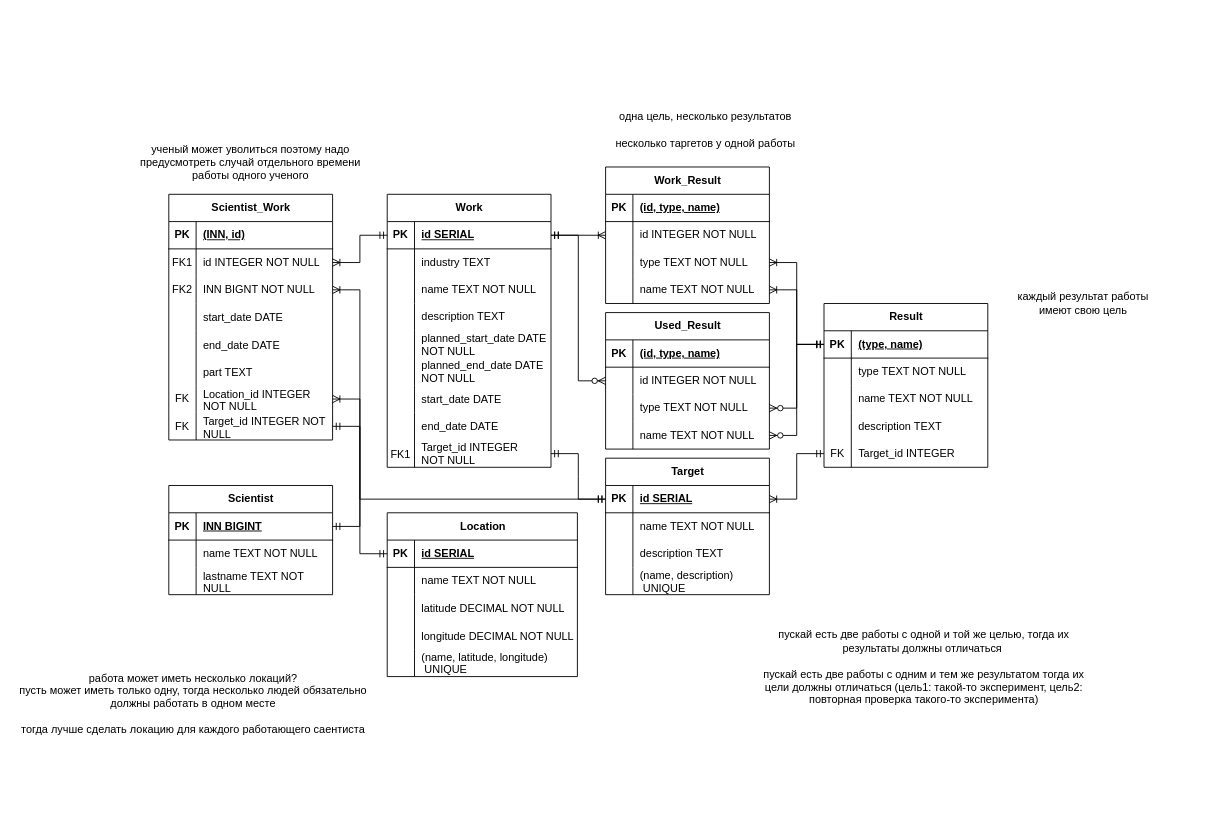
Before: DB/lab_1/diagrams/data.drawio in vanya9090/itmo, a draw.io diagram. Source tidied: cells renumbered, new cells numbered last; positions are measured from the earlier drawing's top-left corner, leaving out a move shared by most shapes. Both pictures are drawn from the tidied source at 91%, with x=0, y=0 at pixel (15, 103).
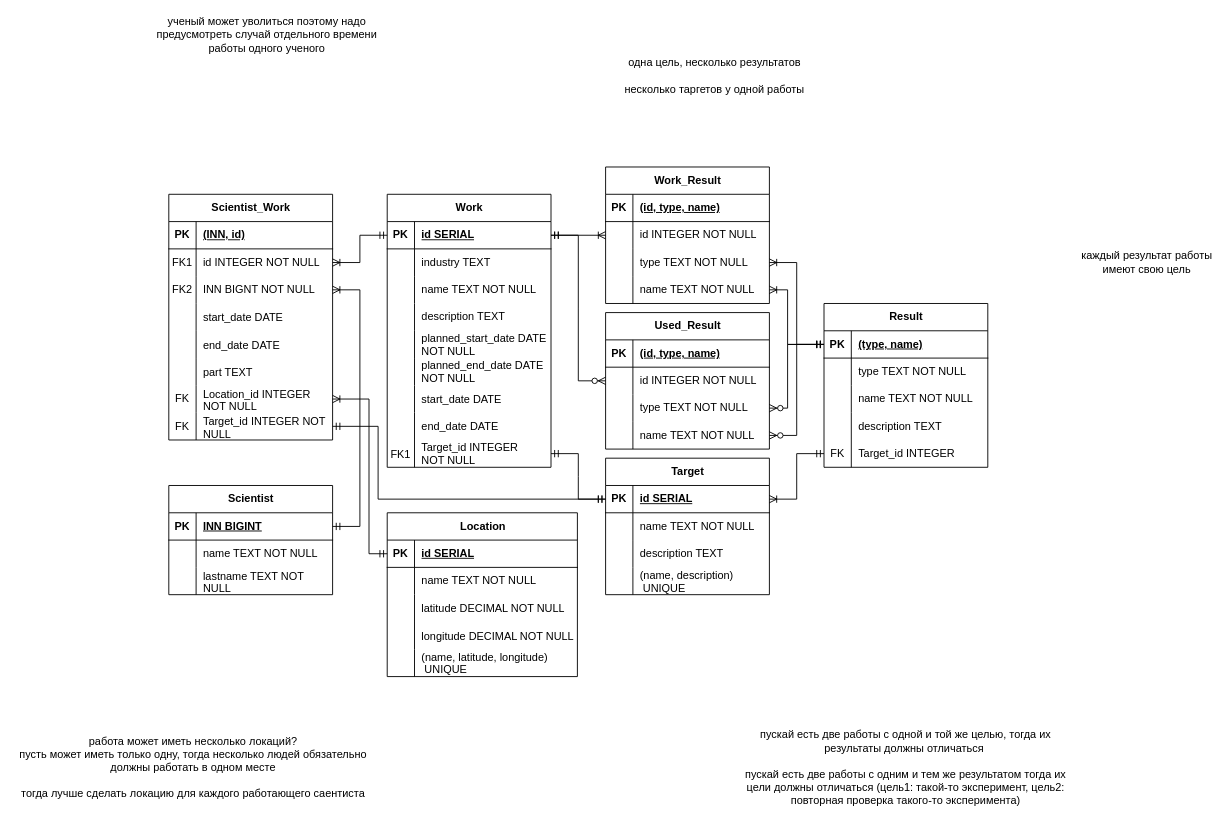
Above is the later version.

Commit message (it also covers changes not shown here):
update diagrams 1st DB lab: almost done

Unchanged cells that the change refers to:
```xml
<mxCell id="13" style="shape=tableRow;horizontal=0;startSize=0;swimlaneHead=0;swimlaneBody=0;fillColor=none;points=[[0,0.5],[1,0.5]];portConstraint=eastwest;top=0;left=0;right=0;bottom=1;" parent="12" vertex="1">
  <mxGeometry y="30" width="209" height="30" as="geometry" />
</mxCell>
<mxCell id="29" style="shape=tableRow;horizontal=0;startSize=0;swimlaneHead=0;swimlaneBody=0;fillColor=none;points=[[0,0.5],[1,0.5]];portConstraint=eastwest;top=0;left=0;right=0;bottom=1;" parent="28" vertex="1">
  <mxGeometry y="30" width="180" height="30" as="geometry" />
</mxCell>
<mxCell id="42" style="shape=tableRow;horizontal=0;startSize=0;swimlaneHead=0;swimlaneBody=0;fillColor=none;points=[[0,0.5],[1,0.5]];portConstraint=eastwest;top=0;left=0;right=0;bottom=1;" parent="41" vertex="1">
  <mxGeometry y="30" width="180" height="30" as="geometry" />
</mxCell>
<mxCell id="104" style="shape=tableRow;horizontal=0;startSize=0;swimlaneHead=0;swimlaneBody=0;fillColor=none;points=[[0,0.5],[1,0.5]];portConstraint=eastwest;top=0;left=0;right=0;bottom=0;" parent="85" vertex="1">
  <mxGeometry y="210" width="180" height="30" as="geometry" />
</mxCell>
<mxCell id="107" style="shape=tableRow;horizontal=0;startSize=0;swimlaneHead=0;swimlaneBody=0;fillColor=none;points=[[0,0.5],[1,0.5]];portConstraint=eastwest;top=0;left=0;right=0;bottom=0;" parent="85" vertex="1">
  <mxGeometry y="240" width="180" height="30" as="geometry" />
</mxCell>
<mxCell id="125" style="shape=tableRow;horizontal=0;startSize=0;swimlaneHead=0;swimlaneBody=0;fillColor=none;points=[[0,0.5],[1,0.5]];portConstraint=eastwest;top=0;left=0;right=0;bottom=0;" parent="115" vertex="1">
  <mxGeometry y="120" width="180" height="30" as="geometry" />
</mxCell>
<mxCell id="142" style="shape=tableRow;horizontal=0;startSize=0;swimlaneHead=0;swimlaneBody=0;fillColor=none;points=[[0,0.5],[1,0.5]];portConstraint=eastwest;top=0;left=0;right=0;bottom=0;" parent="135" vertex="1">
  <mxGeometry y="90" width="180" height="30" as="geometry" />
</mxCell>
```

Change to the diagram source:
```diff
@@
     <mxCell id="112" value="ученый может уволиться поэтому надо предусмотреть случай отдельного времени работы одного ученого" style="text;html=1;align=center;verticalAlign=middle;whiteSpace=wrap;rounded=0;" parent="1" vertex="1">
-      <mxGeometry x="126" y="50" width="264" height="30" as="geometry" />
+      <mxGeometry x="144" y="-90" width="264" height="30" as="geometry" />
     </mxCell>
     <mxCell id="113" value="несколько таргетов у одной работы" style="text;html=1;align=center;verticalAlign=middle;whiteSpace=wrap;rounded=0;" parent="1" vertex="1">
-      <mxGeometry x="648" y="30" width="220" height="30" as="geometry" />
+      <mxGeometry x="658" y="-30" width="220" height="30" as="geometry" />
     </mxCell>
     <mxCell id="114" value="одна цель, несколько результатов" style="text;html=1;align=center;verticalAlign=middle;whiteSpace=wrap;rounded=0;" parent="1" vertex="1">
-      <mxGeometry x="658" width="200" height="30" as="geometry" />
+      <mxGeometry x="668" y="-60" width="200" height="30" as="geometry" />
     </mxCell>
@@
-    <mxCell id="129" style="edgeStyle=entityRelationEdgeStyle;fontSize=12;html=1;endArrow=ERoneToMany;startArrow=ERmandOne;rounded=0;exitX=0;exitY=0.5;exitDx=0;exitDy=0;entryX=1;entryY=0.5;entryDx=0;entryDy=0;" parent="1" edge="1" source="42" target="125">
-      <mxGeometry relative="1" as="geometry" />
+    <mxCell id="129" style="edgeStyle=elbowEdgeStyle;fontSize=12;html=1;endArrow=ERoneToMany;startArrow=ERmandOne;rounded=0;exitX=0;exitY=0.5;exitDx=0;exitDy=0;entryX=1;entryY=0.5;entryDx=0;entryDy=0;" parent="1" edge="1" source="42" target="125">
+      <mxGeometry relative="1" as="geometry">
+        <Array as="points">
+          <mxPoint x="848" y="230" />
+        </Array>
+      </mxGeometry>
     </mxCell>
     <mxCell id="130" value="каждый результат работы имеют свою цель" style="text;html=1;align=center;verticalAlign=middle;whiteSpace=wrap;rounded=0;" parent="1" vertex="1">
-      <mxGeometry x="1098" y="205" width="150" height="30" as="geometry" />
+      <mxGeometry x="1168" y="160" width="150" height="30" as="geometry" />
     </mxCell>
     <mxCell id="131" value="пускай есть две работы с одной и той же целью, тогда их результаты должны отличаться&amp;nbsp;&lt;div&gt;&lt;br&gt;&lt;div&gt;пускай есть две работы с одним и тем же результатом тогда их цели должны отличаться (цель1: такой-то эксперимент, цель2: повторная проверка такого-то эксперимента)&lt;/div&gt;&lt;/div&gt;" style="text;html=1;align=center;verticalAlign=middle;whiteSpace=wrap;rounded=0;" parent="1" vertex="1">
-      <mxGeometry x="808" y="560" width="380" height="120" as="geometry" />
+      <mxGeometry x="788" y="670" width="380" height="120" as="geometry" />
     </mxCell>
@@
     <mxCell id="133" value="работа может иметь несколько локаций?&lt;div&gt;пусть может иметь только одну, тогда несколько людей обязательно должны работать в одном месте&lt;/div&gt;&lt;div&gt;&lt;br&gt;&lt;/div&gt;&lt;div&gt;тогда лучше сделать локацию для каждого работающего саентиста&lt;/div&gt;" style="text;html=1;align=center;verticalAlign=middle;whiteSpace=wrap;rounded=0;" parent="1" vertex="1">
-      <mxGeometry y="610" width="390" height="100" as="geometry" />
+      <mxGeometry y="680" width="390" height="100" as="geometry" />
     </mxCell>
-    <mxCell id="134" style="edgeStyle=entityRelationEdgeStyle;fontSize=12;html=1;endArrow=ERoneToMany;startArrow=ERmandOne;rounded=0;exitX=0;exitY=0.5;exitDx=0;exitDy=0;entryX=1;entryY=0.5;entryDx=0;entryDy=0;" parent="1" edge="1" source="13" target="104">
-      <mxGeometry relative="1" as="geometry" />
+    <mxCell id="134" style="edgeStyle=elbowEdgeStyle;fontSize=12;html=1;endArrow=ERoneToMany;startArrow=ERmandOne;rounded=0;exitX=0;exitY=0.5;exitDx=0;exitDy=0;entryX=1;entryY=0.5;entryDx=0;entryDy=0;" parent="1" edge="1" source="13" target="104">
+      <mxGeometry relative="1" as="geometry">
+        <Array as="points">
+          <mxPoint x="388" y="410" />
+        </Array>
+      </mxGeometry>
     </mxCell>
@@
-    <mxCell id="149" style="edgeStyle=entityRelationEdgeStyle;fontSize=12;html=1;endArrow=ERzeroToMany;startArrow=ERmandOne;rounded=0;exitX=0;exitY=0.5;exitDx=0;exitDy=0;" parent="1" edge="1" source="42" target="142">
-      <mxGeometry relative="1" as="geometry" />
+    <mxCell id="149" style="edgeStyle=elbowEdgeStyle;fontSize=12;html=1;endArrow=ERzeroToMany;startArrow=ERmandOne;rounded=0;exitX=0;exitY=0.5;exitDx=0;exitDy=0;" parent="1" edge="1" source="42" target="142">
+      <mxGeometry relative="1" as="geometry">
+        <Array as="points">
+          <mxPoint x="848" y="300" />
+        </Array>
+      </mxGeometry>
     </mxCell>
@@
     <mxCell id="153" style="edgeStyle=elbowEdgeStyle;fontSize=12;html=1;endArrow=ERmandOne;startArrow=ERmandOne;rounded=0;entryX=0;entryY=0.5;entryDx=0;entryDy=0;exitX=1;exitY=0.5;exitDx=0;exitDy=0;" parent="1" edge="1" source="107" target="29">
       <mxGeometry relative="1" as="geometry">
         <Array as="points">
-          <mxPoint x="378" y="390" />
+          <mxPoint x="398" y="390" />
         </Array>
       </mxGeometry>
     </mxCell>
```
